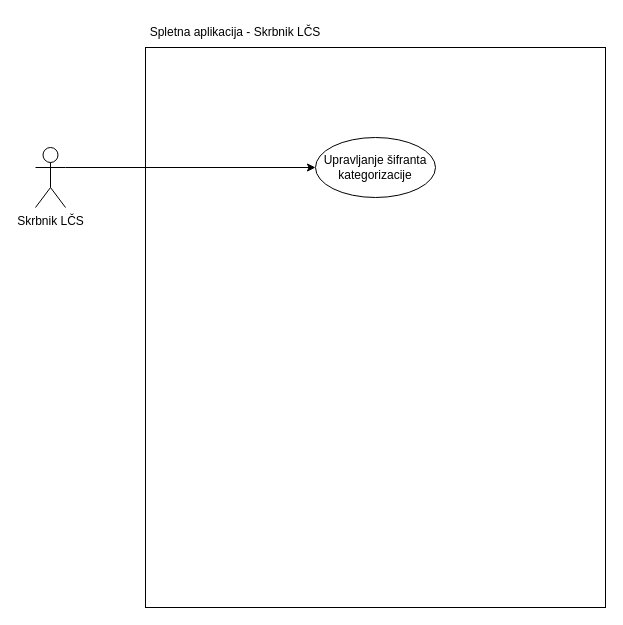
Before: Skrbnik LČS - Spletna aplikacija.drawio in ErnestISv/Lovstvo, a draw.io diagram. Source tidied: cells renumbered, new cells numbered last; positions are measured from the earlier drawing's top-left corner, leaving out a move shared by most shapes. Both pictures are drawn from the tidied source at 100%, with x=0, y=0 at pixel (35, 17).
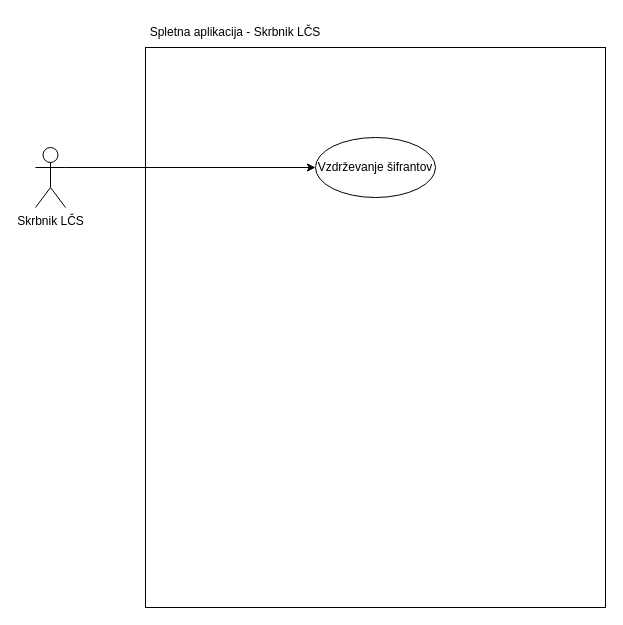
The same diagram, later.

The edit, as a diff of the source:
```diff
@@
 <mxGraphModel>
   <root>
     <mxCell id="0" />
     <mxCell id="1" parent="0" />
     <mxCell id="2" style="rounded=0;whiteSpace=wrap;html=1;" parent="1" vertex="1">
       <mxGeometry x="110" y="30" width="460" height="560" as="geometry" />
     </mxCell>
     <mxCell id="3" value="Spletna aplikacija - Skrbnik LČS" style="text;html=1;align=center;verticalAlign=middle;whiteSpace=wrap;rounded=0;" parent="1" vertex="1">
       <mxGeometry x="110" width="180" height="30" as="geometry" />
     </mxCell>
     <mxCell id="4" value="Skrbnik LČS" style="shape=umlActor;verticalLabelPosition=bottom;verticalAlign=top;html=1;outlineConnect=0;" parent="1" vertex="1">
       <mxGeometry y="130" width="30" height="60" as="geometry" />
     </mxCell>
-    <mxCell id="5" value="Upravljanje šifranta kategorizacije" style="ellipse;whiteSpace=wrap;html=1;" parent="1" vertex="1">
+    <mxCell id="5" value="Vzdrževanje šifrantov" style="ellipse;whiteSpace=wrap;html=1;" parent="1" vertex="1">
       <mxGeometry x="280" y="120" width="120" height="60" as="geometry" />
     </mxCell>
     <mxCell id="6" style="endArrow=classic;html=1;rounded=0;exitX=1;exitY=0.3333333333333333;exitDx=0;exitDy=0;exitPerimeter=0;entryX=0;entryY=0.5;entryDx=0;entryDy=0;" parent="1" edge="1" source="4" target="5">
       <mxGeometry relative="1" as="geometry" />
     </mxCell>
   </root>
 </mxGraphModel>
```
